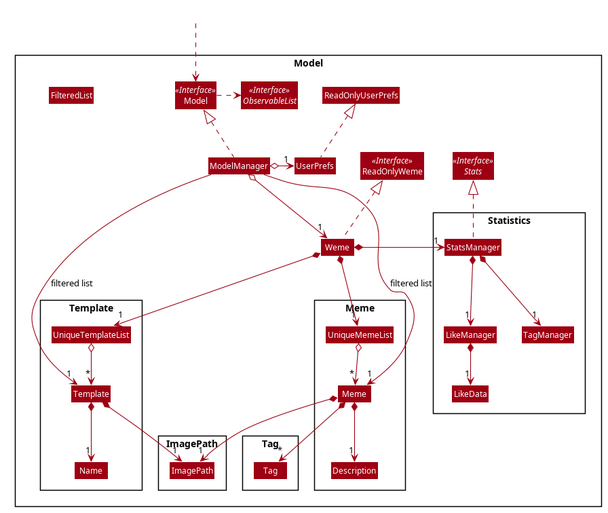
The PlantUML diagram docs/images/ModelClassDiagram.png in nus-cs2103-AY1920S1/addressbook-level3, before a commit.
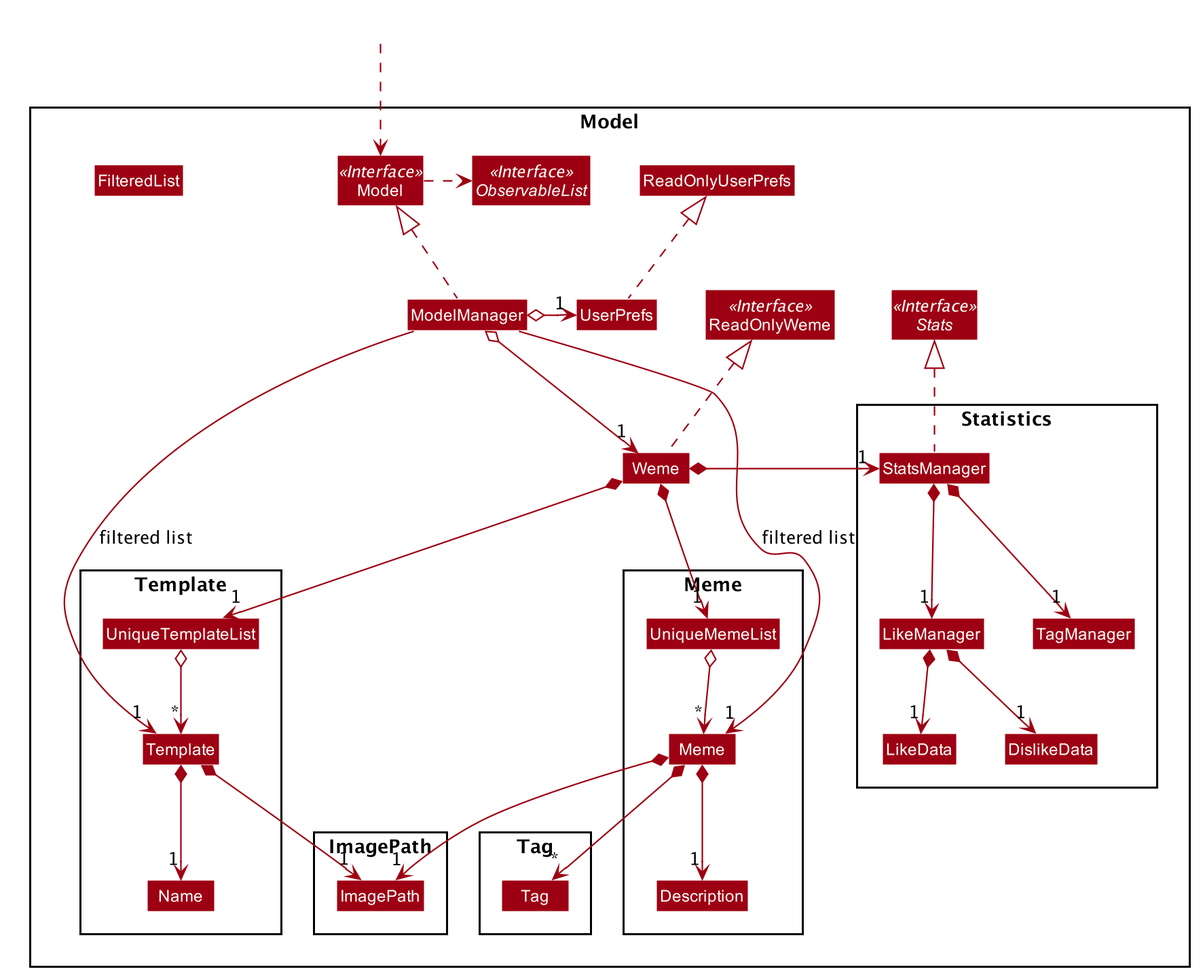
After the commit.

Diff of the diagram source:
```diff
@@ -79,6 +79,7 @@
 Package Statistics {
 Class StatsManager
 Class LikeData
+Class DislikeData
 Class LikeManager
 Class TagManager
 }
@@ -120,6 +121,7 @@
 StatsManager *--> "1" LikeManager
 StatsManager *--> "1" TagManager
 LikeManager *--> "1" LikeData
+LikeManager *--> "1" DislikeData
 
 ModelManager -->"1" Meme : filtered list
 ModelManager -->"1" Template : filtered list
```
